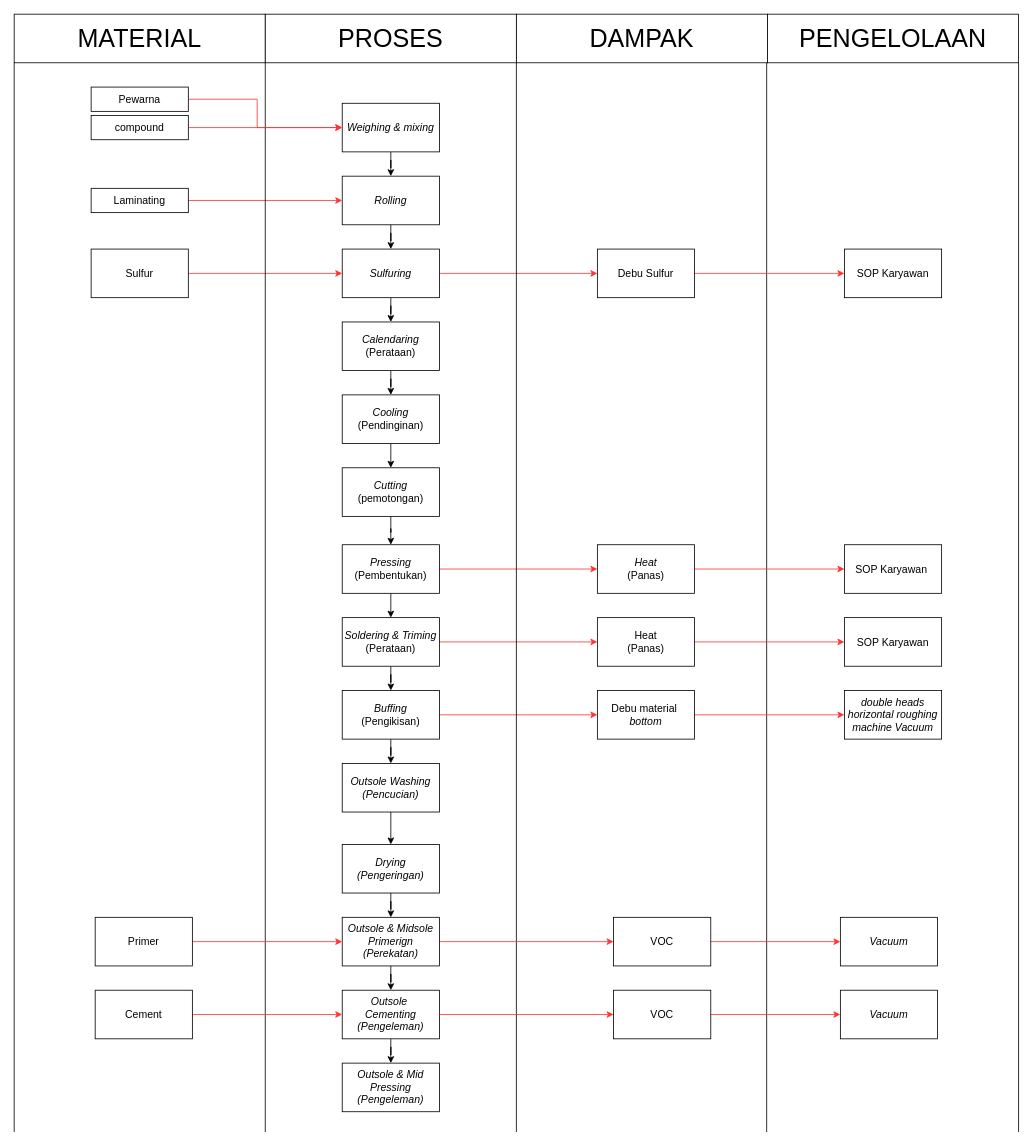
Earlier version of the draw.io diagram page "Bottom Sepatu" (2 of 4) of Diagram Produksi SCI.drawio (famowoiii/api-bangkit). Source tidied: cells renumbered, new cells numbered last; positions are measured from the earlier drawing's top-left corner, leaving out a move shared by most shapes. Both pictures are drawn from the tidied source at 81%, with x=0, y=0 at pixel (14, 14).
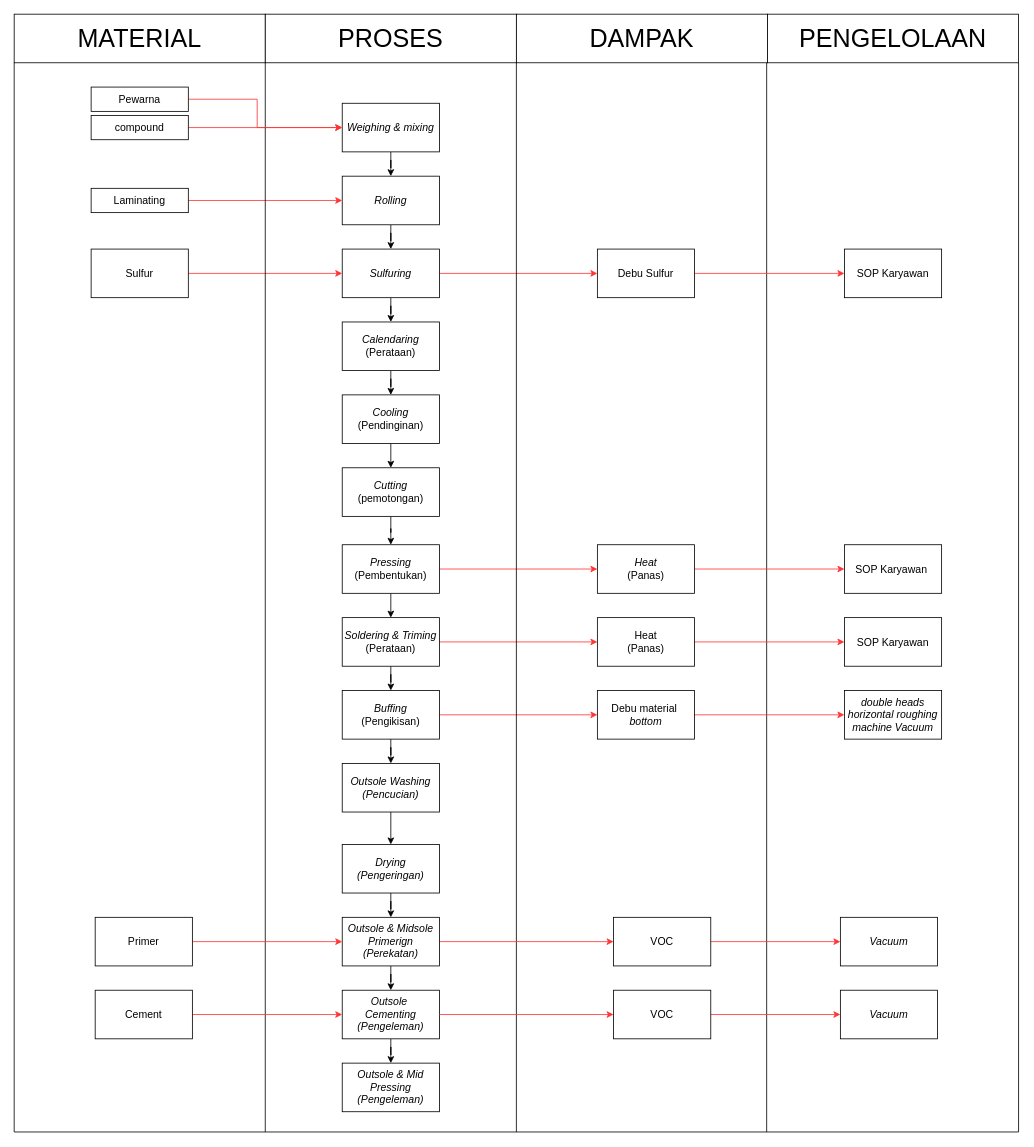
The same page after the edit.

The edit, as a diff of the source:
```diff
@@
+    <mxCell id="74" style="endArrow=none;html=1;rounded=0;defaultLabelBackgroundColor=page;" parent="1" edge="1">
+      <mxGeometry relative="1" as="geometry">
+        <mxPoint y="1380" as="sourcePoint" />
+        <mxPoint x="1240" y="1380" as="targetPoint" />
+      </mxGeometry>
+    </mxCell>
```
